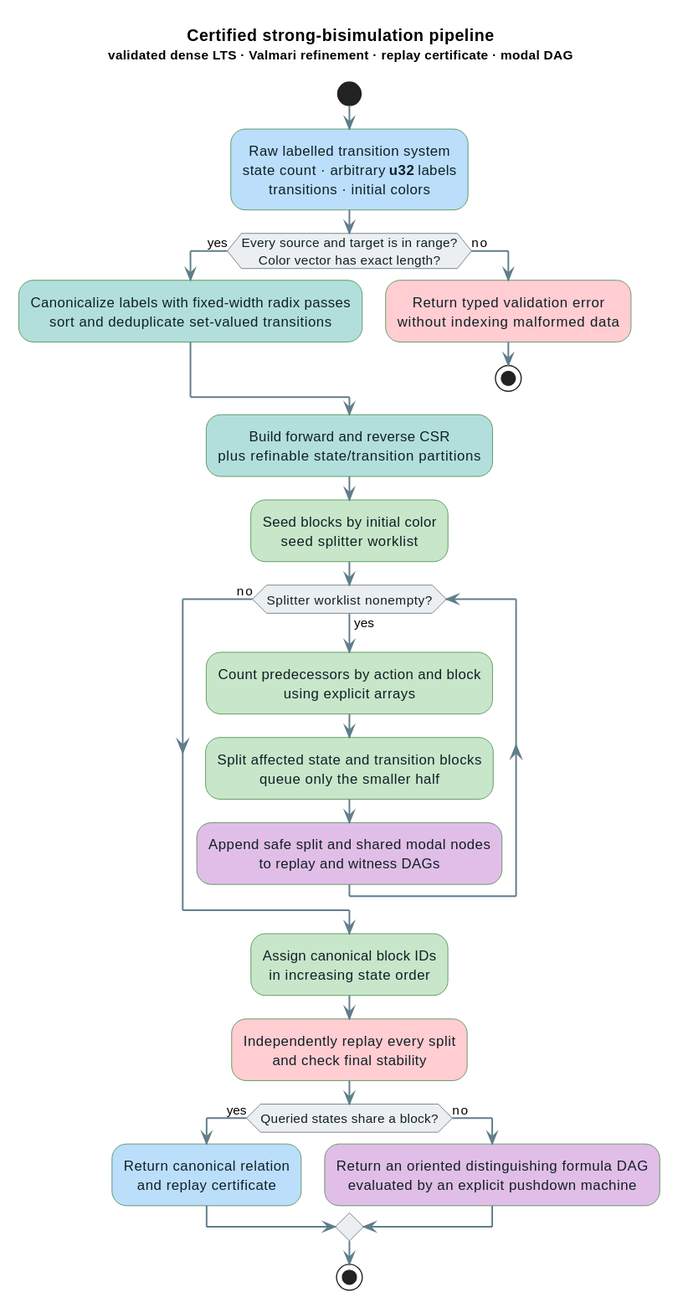
Earlier version of the PlantUML export docs/diagrams/optimization/strong-bisimulation-flow.svg (vinary-tree/lling-llang). The source it was exported from:
```plantuml
@startuml
skinparam backgroundColor #FFFFFF
skinparam shadowing false
skinparam defaultTextAlignment center
skinparam ArrowColor #607D8B
skinparam ArrowThickness 1.4
skinparam activity {
  BackgroundColor #C8E6C9
  BorderColor #2E7D32
  FontColor #102027
  DiamondBackgroundColor #ECEFF1
  DiamondBorderColor #455A64
}

title <b>Certified strong-bisimulation pipeline</b>\n<size:11>validated dense LTS · Valmari refinement · replay certificate · modal DAG</size>

start
:Raw labelled transition system\nstate count · arbitrary <b>u32</b> labels\ntransitions · initial colors; <<#BBDEFB>>
if (Every source and target is in range?\nColor vector has exact length?) then (yes)
  :Canonicalize labels with fixed-width radix passes\nsort and deduplicate set-valued transitions; <<#B2DFDB>>
else (no)
  :Return typed validation error\nwithout indexing malformed data; <<#FFCDD2>>
  stop
endif
:Build forward and reverse CSR\nplus refinable state/transition partitions; <<#B2DFDB>>
:Seed blocks by initial color\nseed splitter worklist; <<#C8E6C9>>
while (Splitter worklist nonempty?) is (yes)
  :Count predecessors by action and block\nusing explicit arrays; <<#C8E6C9>>
  :Split affected state and transition blocks\nqueue only the smaller half; <<#C8E6C9>>
  :Append safe split and shared modal nodes\nto replay and witness DAGs; <<#E1BEE7>>
endwhile (no)
:Assign canonical block IDs\nin increasing state order; <<#C8E6C9>>
:Independently replay every split\nand check final stability; <<#FFCDD2>>
if (Queried states share a block?) then (yes)
  :Return canonical relation\nand replay certificate; <<#BBDEFB>>
else (no)
  :Return an oriented distinguishing formula DAG\nevaluated by an explicit pushdown machine; <<#E1BEE7>>
endif
stop
@enduml
```
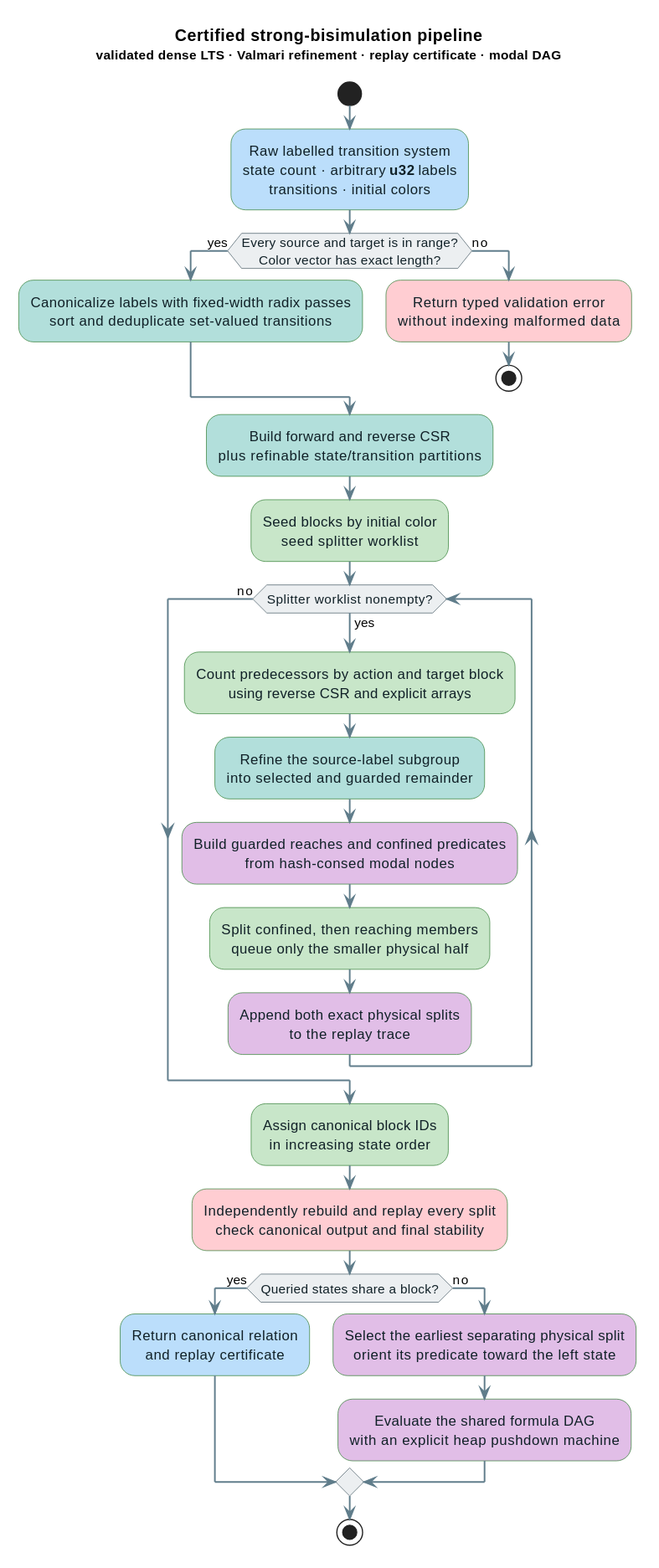
The same diagram one commit later.

The edit, as a diff of the source:
```diff
@@ -25,16 +25,19 @@
 :Build forward and reverse CSR\nplus refinable state/transition partitions; <<#B2DFDB>>
 :Seed blocks by initial color\nseed splitter worklist; <<#C8E6C9>>
 while (Splitter worklist nonempty?) is (yes)
-  :Count predecessors by action and block\nusing explicit arrays; <<#C8E6C9>>
-  :Split affected state and transition blocks\nqueue only the smaller half; <<#C8E6C9>>
-  :Append safe split and shared modal nodes\nto replay and witness DAGs; <<#E1BEE7>>
+  :Count predecessors by action and target block\nusing reverse CSR and explicit arrays; <<#C8E6C9>>
+  :Refine the source-label subgroup\ninto selected and guarded remainder; <<#B2DFDB>>
+  :Build guarded reaches and confined predicates\nfrom hash-consed modal nodes; <<#E1BEE7>>
+  :Split confined, then reaching members\nqueue only the smaller physical half; <<#C8E6C9>>
+  :Append both exact physical splits\nto the replay trace; <<#E1BEE7>>
 endwhile (no)
 :Assign canonical block IDs\nin increasing state order; <<#C8E6C9>>
-:Independently replay every split\nand check final stability; <<#FFCDD2>>
+:Independently rebuild and replay every split\ncheck canonical output and final stability; <<#FFCDD2>>
 if (Queried states share a block?) then (yes)
   :Return canonical relation\nand replay certificate; <<#BBDEFB>>
 else (no)
-  :Return an oriented distinguishing formula DAG\nevaluated by an explicit pushdown machine; <<#E1BEE7>>
+  :Select the earliest separating physical split\norient its predicate toward the left state; <<#E1BEE7>>
+  :Evaluate the shared formula DAG\nwith an explicit heap pushdown machine; <<#E1BEE7>>
 endif
 stop
 @enduml
```
